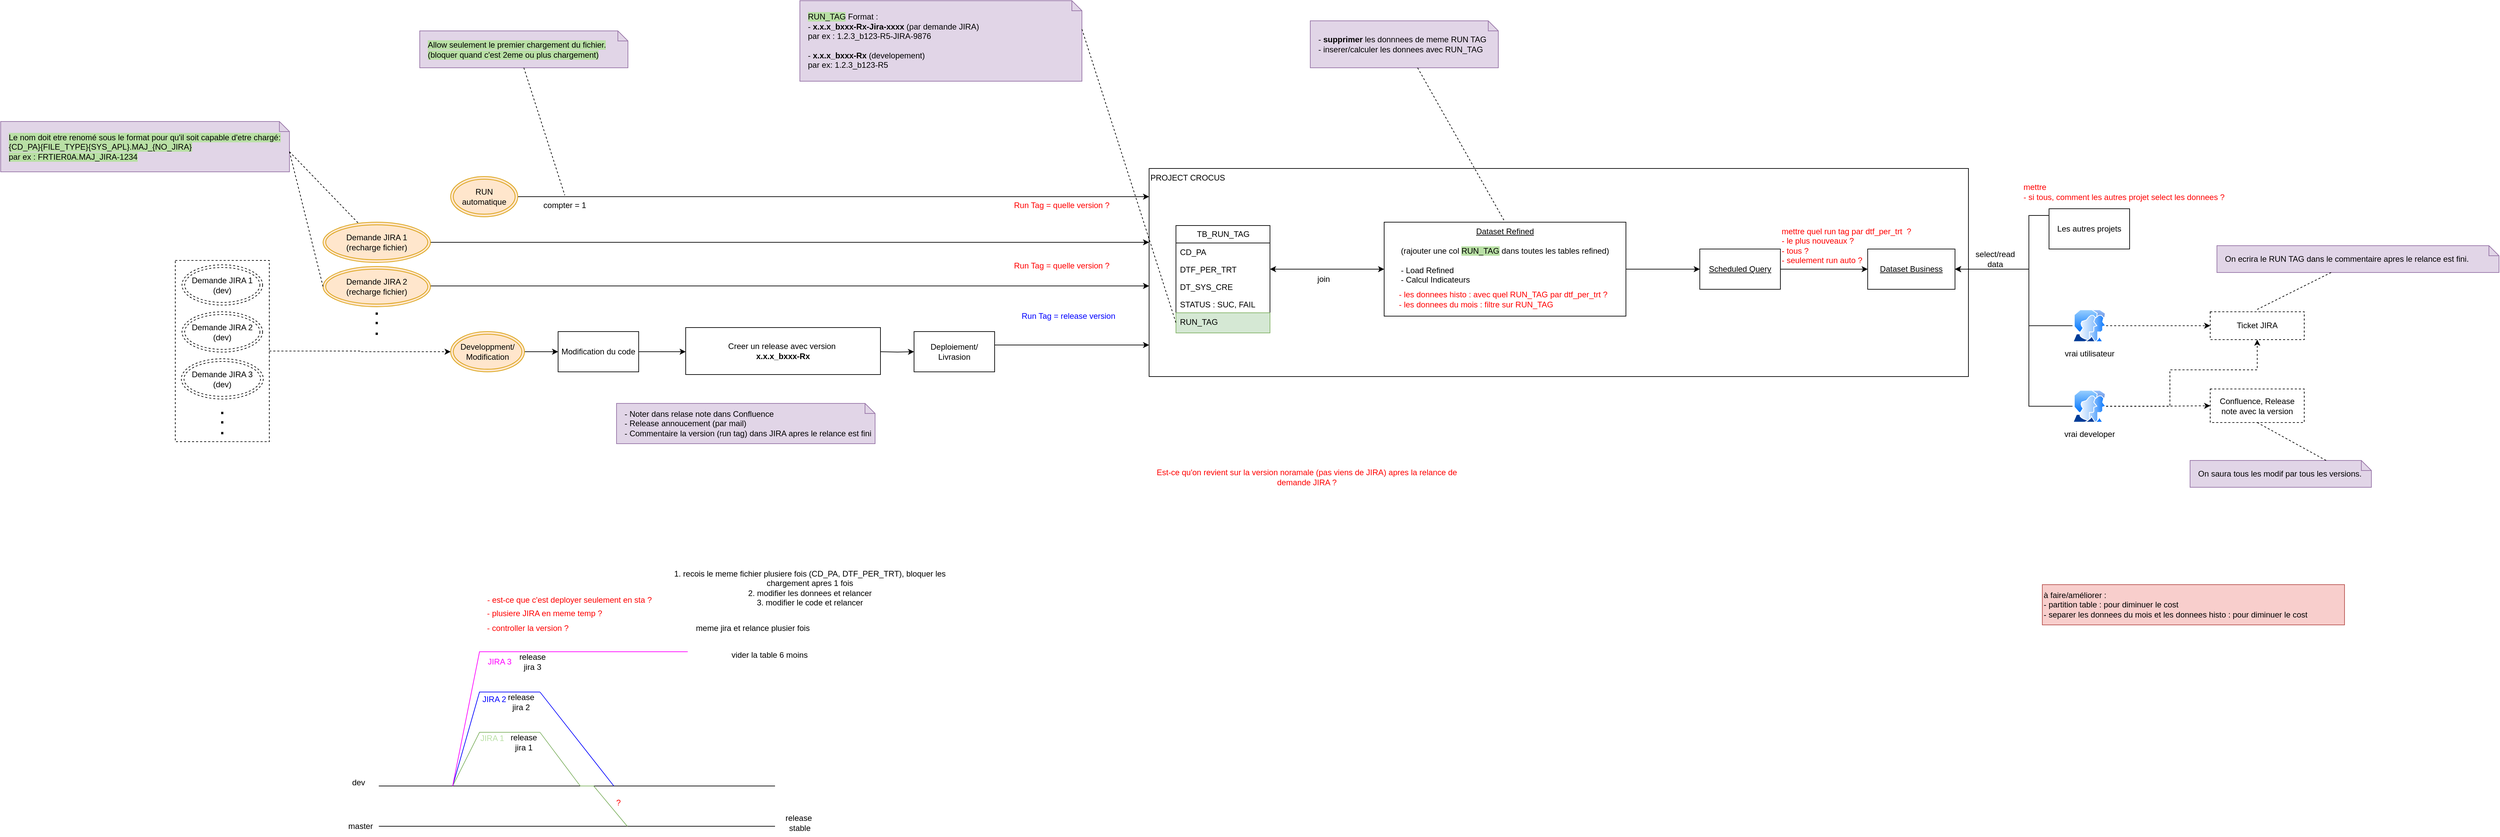
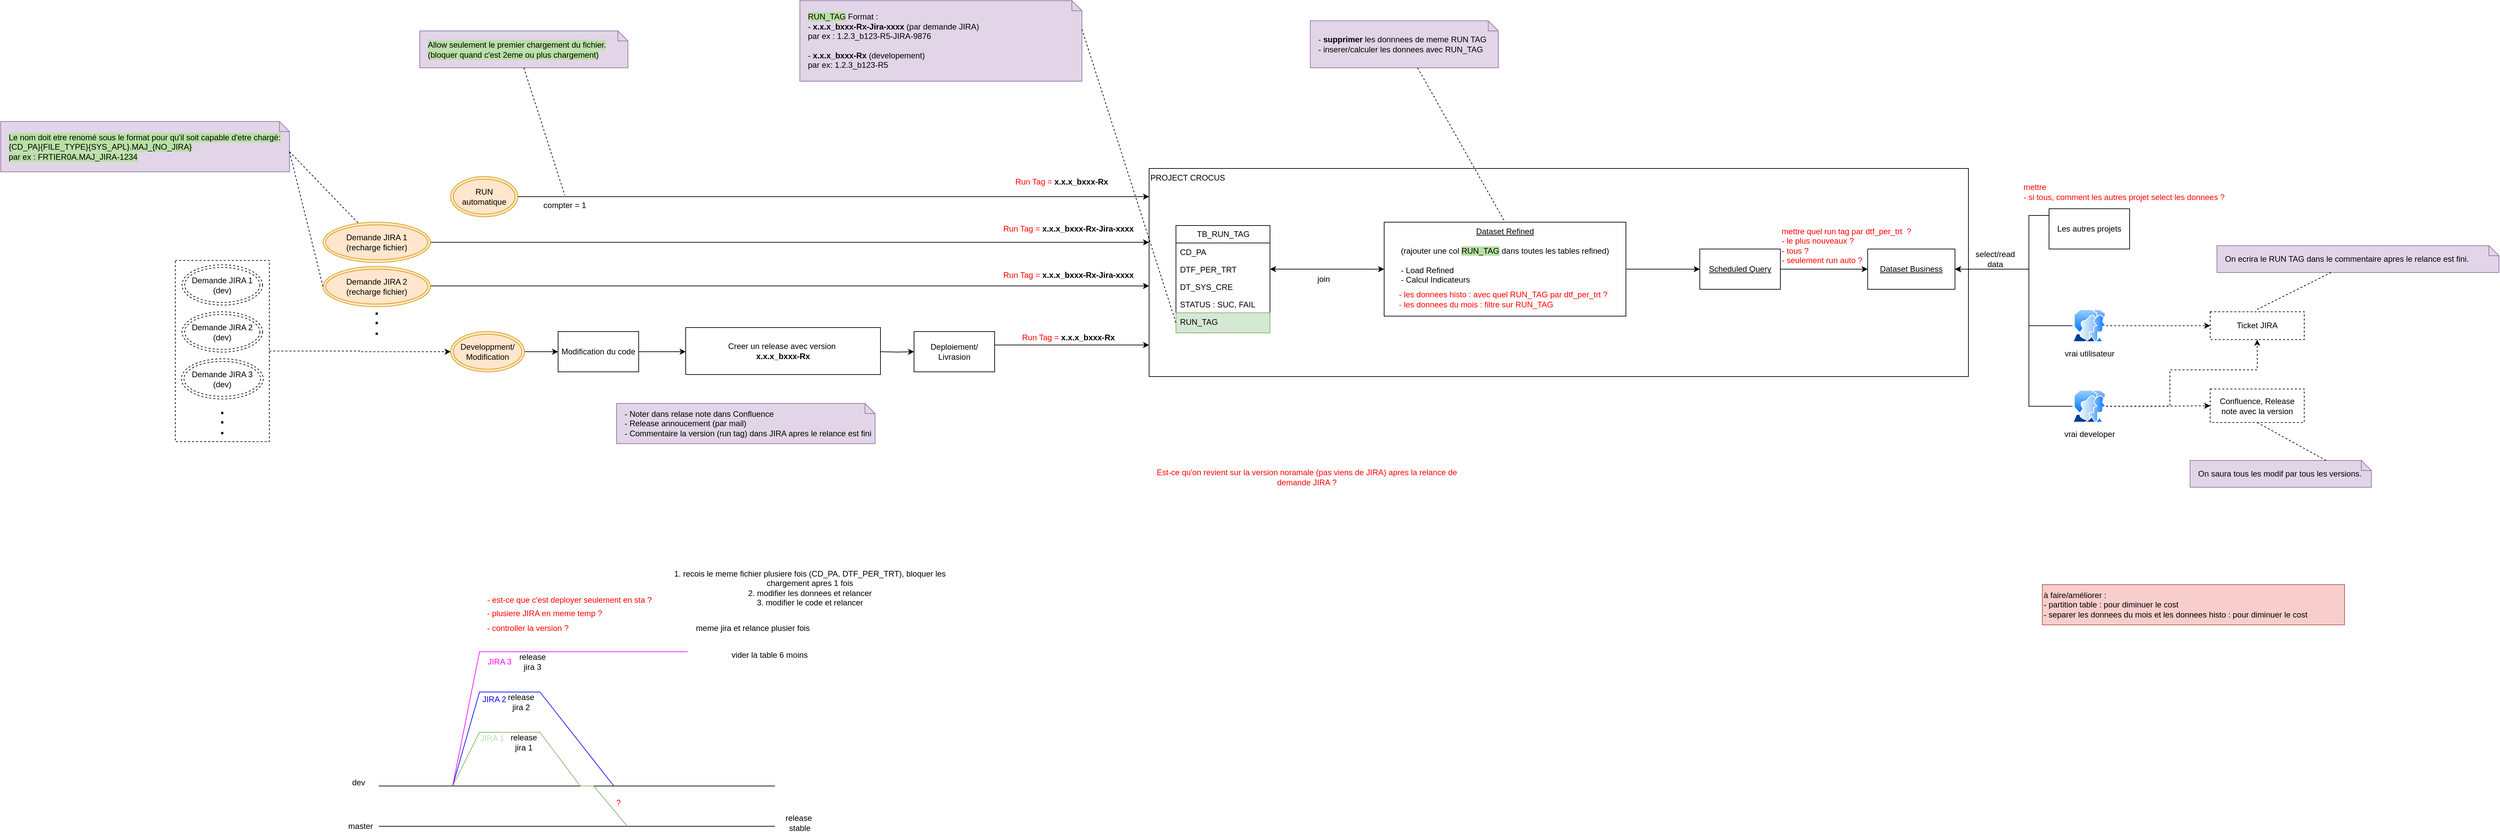
<mxfile host="app.diagrams.net">
  <diagram name="Page-1" id="bEAYSmEDHXBXhFzCy1HB">
-     <mxGraphModel dx="5169" dy="3119" grid="1" gridSize="10" guides="1" tooltips="1" connect="1" arrows="1" fold="1" page="1" pageScale="1" pageWidth="827" pageHeight="1169" math="0" shadow="0">
+     <mxGraphModel dx="3589" dy="2087" grid="1" gridSize="10" guides="1" tooltips="1" connect="1" arrows="1" fold="1" page="1" pageScale="1" pageWidth="827" pageHeight="1169" math="0" shadow="0">
      <root>
        <mxCell id="0" />
        <mxCell id="1" parent="0" />
        <mxCell id="cKu8MT6L8Fp_BZaxLZj7-22" edge="1" parent="1" source="cKu8MT6L8Fp_BZaxLZj7-16" style="edgeStyle=orthogonalEdgeStyle;rounded=0;orthogonalLoop=1;jettySize=auto;html=1;dashed=1;" target="QUzsFoNl6aFI_2ed8XXq-33">
          <mxGeometry relative="1" as="geometry">
            <Array as="points" />
            <mxPoint x="-937.4999999999995" y="382" as="sourcePoint" />
            <mxPoint x="-602.4999999999995" y="365" as="targetPoint" />
          </mxGeometry>
        </mxCell>
        <mxCell id="cKu8MT6L8Fp_BZaxLZj7-16" parent="1" style="rounded=0;whiteSpace=wrap;html=1;dashed=1;" value="" vertex="1">
          <mxGeometry height="270" width="140" x="-1070" y="247" as="geometry" />
        </mxCell>
        <mxCell id="QUzsFoNl6aFI_2ed8XXq-13" parent="1" style="rounded=0;whiteSpace=wrap;html=1;align=left;verticalAlign=top;" value="PROJECT CROCUS" vertex="1">
          <mxGeometry height="310" width="1220" x="380" y="110" as="geometry" />
        </mxCell>
        <mxCell id="QUzsFoNl6aFI_2ed8XXq-1" parent="1" style="swimlane;fontStyle=0;childLayout=stackLayout;horizontal=1;startSize=26;fillColor=none;horizontalStack=0;resizeParent=1;resizeParentMax=0;resizeLast=0;collapsible=1;marginBottom=0;html=1;" value="TB_RUN_TAG" vertex="1">
          <mxGeometry height="160" width="140" x="420" y="195" as="geometry" />
        </mxCell>
        <mxCell id="QUzsFoNl6aFI_2ed8XXq-2" parent="QUzsFoNl6aFI_2ed8XXq-1" style="text;strokeColor=none;fillColor=none;align=left;verticalAlign=top;spacingLeft=4;spacingRight=4;overflow=hidden;rotatable=0;points=[[0,0.5],[1,0.5]];portConstraint=eastwest;whiteSpace=wrap;html=1;" value="CD_PA" vertex="1">
          <mxGeometry height="26" width="140" y="26" as="geometry" />
        </mxCell>
        <mxCell id="QUzsFoNl6aFI_2ed8XXq-3" parent="QUzsFoNl6aFI_2ed8XXq-1" style="text;strokeColor=none;fillColor=none;align=left;verticalAlign=top;spacingLeft=4;spacingRight=4;overflow=hidden;rotatable=0;points=[[0,0.5],[1,0.5]];portConstraint=eastwest;whiteSpace=wrap;html=1;" value="DTF_PER_TRT" vertex="1">
          <mxGeometry height="26" width="140" y="52" as="geometry" />
        </mxCell>
        <mxCell id="QUzsFoNl6aFI_2ed8XXq-4" parent="QUzsFoNl6aFI_2ed8XXq-1" style="text;strokeColor=none;fillColor=none;align=left;verticalAlign=top;spacingLeft=4;spacingRight=4;overflow=hidden;rotatable=0;points=[[0,0.5],[1,0.5]];portConstraint=eastwest;whiteSpace=wrap;html=1;" value="DT_SYS_CRE" vertex="1">
          <mxGeometry height="26" width="140" y="78" as="geometry" />
        </mxCell>
        <mxCell id="QUzsFoNl6aFI_2ed8XXq-105" parent="QUzsFoNl6aFI_2ed8XXq-1" style="text;strokeColor=none;fillColor=none;align=left;verticalAlign=top;spacingLeft=4;spacingRight=4;overflow=hidden;rotatable=0;points=[[0,0.5],[1,0.5]];portConstraint=eastwest;whiteSpace=wrap;html=1;" value="STATUS : SUC, FAIL" vertex="1">
          <mxGeometry height="26" width="140" y="104" as="geometry" />
        </mxCell>
        <mxCell id="QUzsFoNl6aFI_2ed8XXq-5" parent="QUzsFoNl6aFI_2ed8XXq-1" style="text;strokeColor=#82b366;fillColor=#d5e8d4;align=left;verticalAlign=top;spacingLeft=4;spacingRight=4;overflow=hidden;rotatable=0;points=[[0,0.5],[1,0.5]];portConstraint=eastwest;whiteSpace=wrap;html=1;" value="RUN_TAG" vertex="1">
          <mxGeometry height="30" width="140" y="130" as="geometry" />
        </mxCell>
        <mxCell id="QUzsFoNl6aFI_2ed8XXq-7" parent="1" style="shape=note;size=15;align=left;spacingLeft=10;html=1;whiteSpace=wrap;fillColor=#e1d5e7;strokeColor=#9673a6;" value="&lt;span style=&quot;background-color: rgb(185, 224, 165);&quot;&gt;RUN_TAG&lt;/span&gt; Format :&amp;nbsp;&lt;div&gt;- &lt;b&gt;x.x.x_bxxx-Rx-Jira-xxxx&lt;/b&gt; (par demande JIRA)&amp;nbsp;&lt;/div&gt;&lt;div&gt;par ex : 1.2.3_b123-R5-JIRA-9876&lt;/div&gt;&lt;div&gt;&lt;br&gt;&lt;/div&gt;&lt;div&gt;-&lt;b&gt; x.x.x_bxxx-Rx&lt;/b&gt; (developement)&lt;/div&gt;&lt;div&gt;&lt;span style=&quot;background-color: transparent; color: light-dark(rgb(0, 0, 0), rgb(255, 255, 255));&quot;&gt;par ex: 1.2.3_b123-R5&lt;/span&gt;&lt;/div&gt;" vertex="1">
          <mxGeometry height="120" width="420" x="-140" y="-140" as="geometry" />
        </mxCell>
        <mxCell id="QUzsFoNl6aFI_2ed8XXq-8" edge="1" parent="1" source="QUzsFoNl6aFI_2ed8XXq-7" style="edgeStyle=none;endArrow=none;exitX=0;exitY=0;dashed=1;html=1;rounded=0;entryX=0;entryY=0.5;entryDx=0;entryDy=0;exitDx=420;exitDy=42.5;exitPerimeter=0;" target="QUzsFoNl6aFI_2ed8XXq-5" value="">
          <mxGeometry relative="1" x="1" as="geometry">
            <mxPoint x="590" y="660" as="targetPoint" />
          </mxGeometry>
        </mxCell>
        <mxCell id="QUzsFoNl6aFI_2ed8XXq-10" parent="1" style="rounded=0;whiteSpace=wrap;html=1;dashed=1;" value="Confluence, Release note avec la v&lt;span style=&quot;background-color: transparent; color: light-dark(rgb(0, 0, 0), rgb(255, 255, 255));&quot;&gt;ersion&lt;/span&gt;" vertex="1">
          <mxGeometry height="50" width="140" x="1960" y="438.5" as="geometry" />
        </mxCell>
        <mxCell id="QUzsFoNl6aFI_2ed8XXq-11" parent="1" style="rounded=0;whiteSpace=wrap;html=1;dashed=1;" value="Ticket JIRA" vertex="1">
          <mxGeometry height="41.5" width="140" x="1960" y="323.5" as="geometry" />
        </mxCell>
        <mxCell id="QUzsFoNl6aFI_2ed8XXq-42" edge="1" parent="1" source="QUzsFoNl6aFI_2ed8XXq-12" style="edgeStyle=orthogonalEdgeStyle;rounded=0;orthogonalLoop=1;jettySize=auto;html=1;entryX=1;entryY=0.5;entryDx=0;entryDy=0;startArrow=classic;startFill=1;" target="QUzsFoNl6aFI_2ed8XXq-3">
          <mxGeometry relative="1" as="geometry" />
        </mxCell>
        <mxCell id="QUzsFoNl6aFI_2ed8XXq-50" edge="1" parent="1" source="QUzsFoNl6aFI_2ed8XXq-12" style="edgeStyle=orthogonalEdgeStyle;rounded=0;orthogonalLoop=1;jettySize=auto;html=1;" target="QUzsFoNl6aFI_2ed8XXq-46">
          <mxGeometry relative="1" as="geometry">
            <Array as="points" />
          </mxGeometry>
        </mxCell>
        <mxCell id="QUzsFoNl6aFI_2ed8XXq-12" parent="1" style="rounded=0;whiteSpace=wrap;html=1;verticalAlign=top;" value="&lt;u&gt;Dataset Refined&lt;/u&gt;&lt;div&gt;&lt;u&gt;&lt;br&gt;&lt;/u&gt;&lt;div&gt;(rajouter une col &lt;span style=&quot;background-color: rgb(185, 224, 165);&quot;&gt;RUN_TAG&lt;/span&gt;&lt;span&gt; &lt;/span&gt;dans toutes les tables refined)&lt;/div&gt;&lt;div&gt;&lt;br&gt;&lt;/div&gt;&lt;div style=&quot;text-align: left;&quot;&gt;- Load Refined&amp;nbsp; &amp;nbsp; &amp;nbsp; &amp;nbsp;&lt;/div&gt;&lt;div style=&quot;text-align: left;&quot;&gt;- Calcul Indicateurs&lt;/div&gt;&lt;/div&gt;" vertex="1">
          <mxGeometry height="140" width="360" x="730" y="190" as="geometry" />
        </mxCell>
        <mxCell id="QUzsFoNl6aFI_2ed8XXq-27" edge="1" parent="1" source="QUzsFoNl6aFI_2ed8XXq-33" style="edgeStyle=orthogonalEdgeStyle;rounded=0;orthogonalLoop=1;jettySize=auto;html=1;entryX=0;entryY=0.5;entryDx=0;entryDy=0;" target="QUzsFoNl6aFI_2ed8XXq-23">
          <mxGeometry relative="1" as="geometry">
            <mxPoint x="-740" y="198" as="sourcePoint" />
          </mxGeometry>
        </mxCell>
-         <mxCell id="QUzsFoNl6aFI_2ed8XXq-19" parent="1" style="text;html=1;whiteSpace=wrap;strokeColor=none;fillColor=none;align=center;verticalAlign=middle;rounded=0;fontColor=#0000FF;" value="&lt;font style=&quot;color: rgb(255, 0, 0);&quot;&gt;Run Tag = quelle version ?&lt;/font&gt;" vertex="1">
-           <mxGeometry height="30" width="200" x="150" y="240" as="geometry" />
+         <mxCell id="QUzsFoNl6aFI_2ed8XXq-19" parent="1" style="text;html=1;whiteSpace=wrap;strokeColor=none;fillColor=none;align=center;verticalAlign=middle;rounded=0;fontColor=#0000FF;" value="&lt;font style=&quot;color: rgb(255, 0, 0);&quot;&gt;Run Tag =&amp;nbsp;&lt;/font&gt;&lt;b style=&quot;color: rgb(0, 0, 0); text-align: left;&quot;&gt;x.x.x_bxxx-Rx-Jira-xxxx&lt;/b&gt;" vertex="1">
+           <mxGeometry height="30" width="200" x="160" y="253.5" as="geometry" />
        </mxCell>
        <mxCell id="QUzsFoNl6aFI_2ed8XXq-28" edge="1" parent="1" source="QUzsFoNl6aFI_2ed8XXq-23" style="edgeStyle=orthogonalEdgeStyle;rounded=0;orthogonalLoop=1;jettySize=auto;html=1;">
          <mxGeometry relative="1" as="geometry">
            <mxPoint x="-310" y="383" as="targetPoint" />
          </mxGeometry>
        </mxCell>
        <mxCell id="QUzsFoNl6aFI_2ed8XXq-23" parent="1" style="rounded=0;whiteSpace=wrap;html=1;" value="Modification du code" vertex="1">
          <mxGeometry height="60" width="120" x="-500" y="353" as="geometry" />
        </mxCell>
        <mxCell id="QUzsFoNl6aFI_2ed8XXq-31" edge="1" parent="1" source="QUzsFoNl6aFI_2ed8XXq-24" style="edgeStyle=orthogonalEdgeStyle;rounded=0;orthogonalLoop=1;jettySize=auto;html=1;">
          <mxGeometry relative="1" as="geometry">
            <Array as="points">
              <mxPoint x="230" y="373" />
              <mxPoint x="230" y="373" />
            </Array>
            <mxPoint x="380" y="373" as="targetPoint" />
          </mxGeometry>
        </mxCell>
        <mxCell id="QUzsFoNl6aFI_2ed8XXq-24" parent="1" style="rounded=0;whiteSpace=wrap;html=1;" value="Deploiement/ Livrasion" vertex="1">
          <mxGeometry height="60" width="120" x="30" y="353" as="geometry" />
        </mxCell>
        <mxCell id="QUzsFoNl6aFI_2ed8XXq-30" edge="1" parent="1" style="edgeStyle=orthogonalEdgeStyle;rounded=0;orthogonalLoop=1;jettySize=auto;html=1;entryX=0;entryY=0.5;entryDx=0;entryDy=0;" target="QUzsFoNl6aFI_2ed8XXq-24">
          <mxGeometry relative="1" as="geometry">
            <mxPoint x="-20" y="383" as="sourcePoint" />
          </mxGeometry>
        </mxCell>
        <mxCell id="QUzsFoNl6aFI_2ed8XXq-25" parent="1" style="rounded=0;whiteSpace=wrap;html=1;" value="Creer un release avec version&amp;nbsp;&lt;div&gt;&lt;span style=&quot;text-align: left;&quot;&gt;&lt;b&gt;x.x.x_bxxx-Rx&lt;/b&gt;&lt;/span&gt;&lt;/div&gt;" vertex="1">
          <mxGeometry height="70" width="290" x="-310" y="347" as="geometry" />
        </mxCell>
        <mxCell id="QUzsFoNl6aFI_2ed8XXq-33" parent="1" style="ellipse;shape=doubleEllipse;whiteSpace=wrap;html=1;fillColor=#ffe6cc;strokeColor=#d79b00;" value="Developpment/&lt;div&gt;Modification&lt;/div&gt;" vertex="1">
          <mxGeometry height="60" width="110" x="-660" y="353" as="geometry" />
        </mxCell>
        <mxCell id="cKu8MT6L8Fp_BZaxLZj7-5" edge="1" parent="1" style="edgeStyle=orthogonalEdgeStyle;rounded=0;orthogonalLoop=1;jettySize=auto;html=1;">
          <mxGeometry relative="1" as="geometry">
            <Array as="points">
              <mxPoint x="-470" y="285" />
              <mxPoint x="-470" y="285" />
            </Array>
            <mxPoint x="-690.0000000000005" y="285" as="sourcePoint" />
            <mxPoint x="380" y="285" as="targetPoint" />
          </mxGeometry>
        </mxCell>
        <mxCell id="QUzsFoNl6aFI_2ed8XXq-34" parent="1" style="ellipse;shape=doubleEllipse;whiteSpace=wrap;html=1;fillColor=#ffe6cc;strokeColor=#d79b00;" value="Demande JIRA 2&lt;div&gt;(recharge fichier)&lt;/div&gt;" vertex="1">
          <mxGeometry height="60" width="160" x="-850" y="256" as="geometry" />
        </mxCell>
        <mxCell id="QUzsFoNl6aFI_2ed8XXq-36" edge="1" parent="1" source="QUzsFoNl6aFI_2ed8XXq-35" style="edgeStyle=orthogonalEdgeStyle;rounded=0;orthogonalLoop=1;jettySize=auto;html=1;">
          <mxGeometry relative="1" as="geometry">
            <Array as="points">
              <mxPoint x="110" y="152" />
              <mxPoint x="110" y="152" />
            </Array>
            <mxPoint x="380" y="152.0588235294117" as="targetPoint" />
          </mxGeometry>
        </mxCell>
        <mxCell id="QUzsFoNl6aFI_2ed8XXq-35" parent="1" style="ellipse;shape=doubleEllipse;whiteSpace=wrap;html=1;fillColor=#ffe6cc;strokeColor=#d79b00;" value="RUN automatique" vertex="1">
          <mxGeometry height="60" width="100" x="-660" y="122" as="geometry" />
-         </mxCell>
-         <mxCell id="QUzsFoNl6aFI_2ed8XXq-37" parent="1" style="text;html=1;whiteSpace=wrap;strokeColor=none;fillColor=none;align=center;verticalAlign=middle;rounded=0;fontColor=#0000FF;" value="Run Tag = release version" vertex="1">
-           <mxGeometry height="30" width="200" x="160" y="315" as="geometry" />
        </mxCell>
        <mxCell id="QUzsFoNl6aFI_2ed8XXq-38" parent="1" style="shape=note;size=15;align=left;spacingLeft=10;html=1;whiteSpace=wrap;fillColor=#e1d5e7;strokeColor=#9673a6;" value="- Noter dans relase note dans Confluence&lt;div&gt;- Release annoucement (par mail)&lt;/div&gt;&lt;div&gt;- Commentaire la version (run tag) dans JIRA apres le relance est fini&lt;/div&gt;" vertex="1">
          <mxGeometry height="60" width="385" x="-413" y="460" as="geometry" />
        </mxCell>
        <mxCell id="QUzsFoNl6aFI_2ed8XXq-40" parent="1" style="shape=note;size=15;align=left;spacingLeft=10;html=1;whiteSpace=wrap;fillColor=#e1d5e7;strokeColor=#9673a6;" value="- &lt;b&gt;supprimer &lt;/b&gt;les donnnees de meme RUN TAG&lt;div&gt;- inserer/calculer les donnees avec RUN_TAG&lt;/div&gt;" vertex="1">
          <mxGeometry height="70" width="280" x="620" y="-110" as="geometry" />
        </mxCell>
        <mxCell id="QUzsFoNl6aFI_2ed8XXq-41" edge="1" parent="1" source="QUzsFoNl6aFI_2ed8XXq-40" style="edgeStyle=none;endArrow=none;dashed=1;html=1;rounded=0;entryX=0.5;entryY=0;entryDx=0;entryDy=0;" target="QUzsFoNl6aFI_2ed8XXq-12" value="">
          <mxGeometry relative="1" x="1" as="geometry">
            <mxPoint x="720" y="650" as="sourcePoint" />
            <mxPoint x="772" y="500" as="targetPoint" />
          </mxGeometry>
        </mxCell>
        <mxCell id="QUzsFoNl6aFI_2ed8XXq-43" parent="1" style="text;html=1;whiteSpace=wrap;strokeColor=none;fillColor=none;align=left;verticalAlign=middle;rounded=0;" value="&lt;font style=&quot;color: rgb(255, 0, 0);&quot;&gt;- les donnees histo : avec quel RUN_TAG par dtf_per_trt ?&lt;/font&gt;&lt;div&gt;&lt;font style=&quot;color: rgb(255, 0, 0);&quot;&gt;- les donnees du mois : f&lt;/font&gt;&lt;span style=&quot;color: light-dark(rgb(255, 0, 0), rgb(255, 144, 144)); background-color: transparent;&quot;&gt;iltre sur RUN_TAG&lt;/span&gt;&lt;/div&gt;" vertex="1">
          <mxGeometry height="30" width="330" x="750" y="290" as="geometry" />
        </mxCell>
        <mxCell id="QUzsFoNl6aFI_2ed8XXq-45" parent="1" style="rounded=0;whiteSpace=wrap;html=1;" value="&lt;u&gt;Dataset Business&lt;/u&gt;" vertex="1">
          <mxGeometry height="60" width="130" x="1450" y="230" as="geometry" />
        </mxCell>
        <mxCell id="QUzsFoNl6aFI_2ed8XXq-48" edge="1" parent="1" source="QUzsFoNl6aFI_2ed8XXq-46" style="edgeStyle=orthogonalEdgeStyle;rounded=0;orthogonalLoop=1;jettySize=auto;html=1;" target="QUzsFoNl6aFI_2ed8XXq-45">
          <mxGeometry relative="1" as="geometry" />
        </mxCell>
        <mxCell id="QUzsFoNl6aFI_2ed8XXq-46" parent="1" style="rounded=0;whiteSpace=wrap;html=1;" value="&lt;u&gt;Scheduled Query&lt;/u&gt;" vertex="1">
          <mxGeometry height="60" width="120" x="1200" y="230" as="geometry" />
        </mxCell>
        <mxCell id="QUzsFoNl6aFI_2ed8XXq-51" parent="1" style="text;html=1;whiteSpace=wrap;strokeColor=none;fillColor=none;align=left;verticalAlign=middle;rounded=0;fontColor=#FF0000;" value="mettre quel run tag par dtf_per_trt&amp;nbsp;&amp;nbsp;?&amp;nbsp;&lt;div&gt;- le plus nouveaux ?&lt;/div&gt;&lt;div&gt;- tous ?&lt;/div&gt;&lt;div&gt;- seulement run auto ?&lt;/div&gt;" vertex="1">
          <mxGeometry height="30" width="370" x="1320" y="210" as="geometry" />
        </mxCell>
        <mxCell id="QUzsFoNl6aFI_2ed8XXq-59" edge="1" parent="1" source="QUzsFoNl6aFI_2ed8XXq-52" style="edgeStyle=orthogonalEdgeStyle;rounded=0;orthogonalLoop=1;jettySize=auto;html=1;entryX=1;entryY=0.5;entryDx=0;entryDy=0;" target="QUzsFoNl6aFI_2ed8XXq-45">
          <mxGeometry relative="1" as="geometry">
            <Array as="points">
              <mxPoint x="1690" y="180" />
              <mxPoint x="1690" y="260" />
            </Array>
          </mxGeometry>
        </mxCell>
        <mxCell id="QUzsFoNl6aFI_2ed8XXq-52" parent="1" style="rounded=0;whiteSpace=wrap;html=1;" value="Les autres projets" vertex="1">
          <mxGeometry height="60" width="120" x="1720" y="170" as="geometry" />
        </mxCell>
        <mxCell id="QUzsFoNl6aFI_2ed8XXq-58" edge="1" parent="1" source="QUzsFoNl6aFI_2ed8XXq-57" style="edgeStyle=orthogonalEdgeStyle;rounded=0;orthogonalLoop=1;jettySize=auto;html=1;entryX=1;entryY=0.5;entryDx=0;entryDy=0;" target="QUzsFoNl6aFI_2ed8XXq-45">
          <mxGeometry relative="1" as="geometry">
            <Array as="points">
              <mxPoint x="1690" y="344" />
              <mxPoint x="1690" y="260" />
            </Array>
          </mxGeometry>
        </mxCell>
        <mxCell id="QUzsFoNl6aFI_2ed8XXq-65" edge="1" parent="1" source="QUzsFoNl6aFI_2ed8XXq-57" style="edgeStyle=orthogonalEdgeStyle;rounded=0;orthogonalLoop=1;jettySize=auto;html=1;dashed=1;" target="QUzsFoNl6aFI_2ed8XXq-11">
          <mxGeometry relative="1" as="geometry" />
        </mxCell>
        <mxCell id="QUzsFoNl6aFI_2ed8XXq-57" parent="1" style="image;aspect=fixed;perimeter=ellipsePerimeter;html=1;align=center;shadow=0;dashed=0;spacingTop=3;image=img/lib/active_directory/user_accounts.svg;" value="vrai utilisateur" vertex="1">
          <mxGeometry height="48.5" width="50" x="1755" y="320" as="geometry" />
        </mxCell>
        <mxCell id="QUzsFoNl6aFI_2ed8XXq-60" parent="1" style="text;html=1;whiteSpace=wrap;strokeColor=none;fillColor=none;align=center;verticalAlign=middle;rounded=0;" value="select/read data" vertex="1">
          <mxGeometry height="30" width="60" x="1610" y="230" as="geometry" />
        </mxCell>
        <mxCell id="QUzsFoNl6aFI_2ed8XXq-63" edge="1" parent="1" source="QUzsFoNl6aFI_2ed8XXq-62" style="edgeStyle=orthogonalEdgeStyle;rounded=0;orthogonalLoop=1;jettySize=auto;html=1;entryX=1;entryY=0.5;entryDx=0;entryDy=0;" target="QUzsFoNl6aFI_2ed8XXq-45">
          <mxGeometry relative="1" as="geometry">
            <Array as="points">
              <mxPoint x="1690" y="464" />
              <mxPoint x="1690" y="260" />
            </Array>
          </mxGeometry>
        </mxCell>
        <mxCell id="QUzsFoNl6aFI_2ed8XXq-66" edge="1" parent="1" source="QUzsFoNl6aFI_2ed8XXq-62" style="edgeStyle=orthogonalEdgeStyle;rounded=0;orthogonalLoop=1;jettySize=auto;html=1;dashed=1;" target="QUzsFoNl6aFI_2ed8XXq-10">
          <mxGeometry relative="1" as="geometry" />
        </mxCell>
        <mxCell id="QUzsFoNl6aFI_2ed8XXq-68" edge="1" parent="1" source="QUzsFoNl6aFI_2ed8XXq-62" style="edgeStyle=orthogonalEdgeStyle;rounded=0;orthogonalLoop=1;jettySize=auto;html=1;entryX=0.5;entryY=1;entryDx=0;entryDy=0;dashed=1;" target="QUzsFoNl6aFI_2ed8XXq-11">
          <mxGeometry relative="1" as="geometry">
            <Array as="points">
              <mxPoint x="1900" y="464" />
              <mxPoint x="1900" y="410" />
              <mxPoint x="2030" y="410" />
            </Array>
          </mxGeometry>
        </mxCell>
        <mxCell id="QUzsFoNl6aFI_2ed8XXq-62" parent="1" style="image;aspect=fixed;perimeter=ellipsePerimeter;html=1;align=center;shadow=0;dashed=0;spacingTop=3;image=img/lib/active_directory/user_accounts.svg;" value="vrai developer" vertex="1">
          <mxGeometry height="48.5" width="50" x="1755" y="440" as="geometry" />
        </mxCell>
        <mxCell id="QUzsFoNl6aFI_2ed8XXq-69" parent="1" style="shape=note;size=15;align=left;spacingLeft=10;html=1;whiteSpace=wrap;fillColor=#e1d5e7;strokeColor=#9673a6;" value="On ecrira le RUN TAG dans le commentaire apres le relance est fini." vertex="1">
          <mxGeometry height="40" width="420" x="1970" y="225" as="geometry" />
        </mxCell>
        <mxCell id="QUzsFoNl6aFI_2ed8XXq-70" edge="1" parent="1" source="QUzsFoNl6aFI_2ed8XXq-69" style="edgeStyle=none;endArrow=none;dashed=1;html=1;rounded=0;" value="">
          <mxGeometry relative="1" x="1" as="geometry">
            <mxPoint x="970" y="210" as="sourcePoint" />
            <mxPoint x="2030" y="320" as="targetPoint" />
          </mxGeometry>
        </mxCell>
        <mxCell id="QUzsFoNl6aFI_2ed8XXq-71" parent="1" style="shape=note;size=15;align=left;spacingLeft=10;html=1;whiteSpace=wrap;fillColor=#e1d5e7;strokeColor=#9673a6;" value="On saura tous les modif par tous les versions." vertex="1">
          <mxGeometry height="40" width="270" x="1930" y="545" as="geometry" />
        </mxCell>
        <mxCell id="QUzsFoNl6aFI_2ed8XXq-72" edge="1" parent="1" source="QUzsFoNl6aFI_2ed8XXq-71" style="edgeStyle=none;endArrow=none;dashed=1;html=1;rounded=0;entryX=0.5;entryY=1;entryDx=0;entryDy=0;exitX=0;exitY=0;exitDx=202.5;exitDy=0;exitPerimeter=0;" target="QUzsFoNl6aFI_2ed8XXq-10" value="">
          <mxGeometry relative="1" x="1" as="geometry">
            <mxPoint x="2180" y="470" as="sourcePoint" />
            <mxPoint x="2070" y="525" as="targetPoint" />
          </mxGeometry>
        </mxCell>
        <mxCell id="QUzsFoNl6aFI_2ed8XXq-73" parent="1" style="text;html=1;whiteSpace=wrap;strokeColor=none;fillColor=none;align=left;verticalAlign=middle;rounded=0;fontColor=#FF0000;" value="mettre&amp;nbsp;&lt;div&gt;&lt;span style=&quot;background-color: transparent; color: light-dark(rgb(255, 0, 0), rgb(255, 144, 144));&quot;&gt;- si tous, comment les autres projet select les donnees ?&lt;/span&gt;&lt;/div&gt;" vertex="1">
          <mxGeometry height="30" width="370" x="1680" y="130" as="geometry" />
        </mxCell>
        <mxCell id="QUzsFoNl6aFI_2ed8XXq-74" parent="1" style="rounded=0;whiteSpace=wrap;html=1;align=left;fillColor=#f8cecc;strokeColor=#b85450;" value="à faire/améliorer :&lt;div&gt;- partition table : pour diminuer le cost&lt;/div&gt;&lt;div&gt;- separer les donnees du mois et les donnees histo&amp;nbsp;&lt;span style=&quot;background-color: transparent; color: light-dark(rgb(0, 0, 0), rgb(255, 255, 255));&quot;&gt;: pour diminuer le cost&lt;/span&gt;&lt;/div&gt;" vertex="1">
          <mxGeometry height="60" width="450" x="1710" y="730" as="geometry" />
        </mxCell>
        <mxCell id="QUzsFoNl6aFI_2ed8XXq-76" parent="1" style="text;html=1;whiteSpace=wrap;strokeColor=none;fillColor=none;align=center;verticalAlign=middle;rounded=0;" value="join" vertex="1">
          <mxGeometry height="30" width="60" x="610" y="260" as="geometry" />
        </mxCell>
        <mxCell id="QUzsFoNl6aFI_2ed8XXq-77" parent="1" style="text;html=1;whiteSpace=wrap;strokeColor=none;fillColor=none;align=center;verticalAlign=middle;rounded=0;fontColor=#FF0000;" value="Est-ce qu&#39;on revient sur la version noramale (pas viens de JIRA) apres la relance de demande JIRA ?" vertex="1">
          <mxGeometry height="30" width="470" x="380" y="555" as="geometry" />
        </mxCell>
        <mxCell id="QUzsFoNl6aFI_2ed8XXq-78" parent="1" style="text;html=1;whiteSpace=wrap;strokeColor=none;fillColor=none;align=center;verticalAlign=middle;rounded=0;fontColor=#FF0000;" value="- est-ce que c&#39;est deployer seulement en sta ?" vertex="1">
          <mxGeometry height="30" width="290" x="-628" y="738" as="geometry" />
        </mxCell>
        <mxCell id="QUzsFoNl6aFI_2ed8XXq-79" parent="1" style="text;html=1;whiteSpace=wrap;strokeColor=none;fillColor=none;align=center;verticalAlign=middle;rounded=0;fontColor=#FF0000;" value="- plusiere JIRA en meme temp ?" vertex="1">
          <mxGeometry height="30" width="290" x="-665" y="758" as="geometry" />
        </mxCell>
        <mxCell id="QUzsFoNl6aFI_2ed8XXq-80" parent="1" style="text;html=1;whiteSpace=wrap;strokeColor=none;fillColor=none;align=center;verticalAlign=middle;rounded=0;fontColor=#FF0000;" value="- controller la version ?" vertex="1">
          <mxGeometry height="30" width="290" x="-690" y="780" as="geometry" />
        </mxCell>
        <mxCell id="QUzsFoNl6aFI_2ed8XXq-81" edge="1" parent="1" style="endArrow=none;html=1;rounded=0;" value="">
          <mxGeometry height="50" relative="1" width="50" as="geometry">
            <mxPoint x="-767" y="1030" as="sourcePoint" />
            <mxPoint x="-177" y="1030" as="targetPoint" />
          </mxGeometry>
        </mxCell>
        <mxCell id="QUzsFoNl6aFI_2ed8XXq-83" edge="1" parent="1" style="endArrow=none;html=1;rounded=0;fillColor=#d5e8d4;strokeColor=#82b366;" value="">
          <mxGeometry height="50" relative="1" width="50" as="geometry">
            <Array as="points">
              <mxPoint x="-617" y="950" />
            </Array>
            <mxPoint x="-657" y="1030" as="sourcePoint" />
            <mxPoint x="-527" y="950" as="targetPoint" />
          </mxGeometry>
        </mxCell>
        <mxCell id="QUzsFoNl6aFI_2ed8XXq-84" parent="1" style="text;html=1;whiteSpace=wrap;strokeColor=none;fillColor=none;align=center;verticalAlign=middle;rounded=0;" value="dev" vertex="1">
          <mxGeometry height="30" width="60" x="-827" y="1010" as="geometry" />
        </mxCell>
        <mxCell id="QUzsFoNl6aFI_2ed8XXq-85" edge="1" parent="1" style="endArrow=none;html=1;rounded=0;strokeColor=#0000FF;" value="">
          <mxGeometry height="50" relative="1" width="50" as="geometry">
            <Array as="points">
              <mxPoint x="-617" y="890" />
            </Array>
            <mxPoint x="-657" y="1030" as="sourcePoint" />
            <mxPoint x="-527" y="890" as="targetPoint" />
          </mxGeometry>
        </mxCell>
        <mxCell id="QUzsFoNl6aFI_2ed8XXq-86" edge="1" parent="1" style="endArrow=none;html=1;rounded=0;strokeColor=#FF00FF;" value="">
          <mxGeometry height="50" relative="1" width="50" as="geometry">
            <Array as="points">
              <mxPoint x="-617" y="830" />
            </Array>
            <mxPoint x="-657" y="1030" as="sourcePoint" />
            <mxPoint x="-307" y="830" as="targetPoint" />
          </mxGeometry>
        </mxCell>
        <mxCell id="QUzsFoNl6aFI_2ed8XXq-87" parent="1" style="text;html=1;whiteSpace=wrap;strokeColor=none;fillColor=none;align=center;verticalAlign=middle;rounded=0;fontColor=#B9E0A5;" value="JIRA 1" vertex="1">
          <mxGeometry height="30" width="60" x="-628" y="944" as="geometry" />
        </mxCell>
        <mxCell id="QUzsFoNl6aFI_2ed8XXq-88" parent="1" style="text;html=1;whiteSpace=wrap;strokeColor=none;fillColor=none;align=center;verticalAlign=middle;rounded=0;fontColor=#0000FF;" value="JIRA 2" vertex="1">
          <mxGeometry height="30" width="60" x="-625" y="886" as="geometry" />
        </mxCell>
        <mxCell id="QUzsFoNl6aFI_2ed8XXq-89" parent="1" style="text;html=1;whiteSpace=wrap;strokeColor=none;fillColor=none;align=center;verticalAlign=middle;rounded=0;fontColor=#FF00FF;" value="JIRA 3" vertex="1">
          <mxGeometry height="30" width="60" x="-617" y="830" as="geometry" />
        </mxCell>
        <mxCell id="QUzsFoNl6aFI_2ed8XXq-90" edge="1" parent="1" style="endArrow=none;html=1;rounded=0;" value="">
          <mxGeometry height="50" relative="1" width="50" as="geometry">
            <mxPoint x="-767" y="1090" as="sourcePoint" />
            <mxPoint x="-177" y="1090" as="targetPoint" />
          </mxGeometry>
        </mxCell>
        <mxCell id="QUzsFoNl6aFI_2ed8XXq-91" parent="1" style="text;html=1;whiteSpace=wrap;strokeColor=none;fillColor=none;align=center;verticalAlign=middle;rounded=0;" value="master" vertex="1">
          <mxGeometry height="30" width="60" x="-824" y="1075" as="geometry" />
        </mxCell>
        <mxCell id="QUzsFoNl6aFI_2ed8XXq-92" edge="1" parent="1" style="endArrow=none;html=1;rounded=0;fillColor=#d5e8d4;strokeColor=#82b366;" value="">
          <mxGeometry height="50" relative="1" width="50" as="geometry">
            <mxPoint x="-527" y="950" as="sourcePoint" />
            <mxPoint x="-467" y="1030" as="targetPoint" />
          </mxGeometry>
        </mxCell>
        <mxCell id="QUzsFoNl6aFI_2ed8XXq-94" edge="1" parent="1" style="endArrow=none;html=1;rounded=0;strokeColor=#0000FF;" value="">
          <mxGeometry height="50" relative="1" width="50" as="geometry">
            <mxPoint x="-527" y="890" as="sourcePoint" />
            <mxPoint x="-417" y="1030" as="targetPoint" />
          </mxGeometry>
        </mxCell>
        <mxCell id="QUzsFoNl6aFI_2ed8XXq-95" edge="1" parent="1" style="endArrow=none;html=1;rounded=0;fillColor=#d5e8d4;strokeColor=#82b366;" value="">
          <mxGeometry height="50" relative="1" width="50" as="geometry">
            <mxPoint x="-447" y="1030" as="sourcePoint" />
            <mxPoint x="-397" y="1090" as="targetPoint" />
          </mxGeometry>
        </mxCell>
        <mxCell id="QUzsFoNl6aFI_2ed8XXq-96" edge="1" parent="1" style="endArrow=none;html=1;rounded=0;fillColor=#d5e8d4;strokeColor=#82b366;" value="">
          <mxGeometry height="50" relative="1" width="50" as="geometry">
            <mxPoint x="-467" y="1030" as="sourcePoint" />
            <mxPoint x="-447" y="1030" as="targetPoint" />
          </mxGeometry>
        </mxCell>
        <mxCell id="QUzsFoNl6aFI_2ed8XXq-98" parent="1" style="text;html=1;whiteSpace=wrap;strokeColor=none;fillColor=none;align=center;verticalAlign=middle;rounded=0;" value="release jira 2" vertex="1">
          <mxGeometry height="30" width="60" x="-585" y="890" as="geometry" />
        </mxCell>
        <mxCell id="QUzsFoNl6aFI_2ed8XXq-99" parent="1" style="text;html=1;whiteSpace=wrap;strokeColor=none;fillColor=none;align=center;verticalAlign=middle;rounded=0;" value="release jira 1" vertex="1">
          <mxGeometry height="30" width="60" x="-581" y="950" as="geometry" />
        </mxCell>
        <mxCell id="QUzsFoNl6aFI_2ed8XXq-100" parent="1" style="text;html=1;whiteSpace=wrap;strokeColor=none;fillColor=none;align=center;verticalAlign=middle;rounded=0;" value="release jira 3" vertex="1">
          <mxGeometry height="30" width="60" x="-568" y="830" as="geometry" />
        </mxCell>
        <mxCell id="QUzsFoNl6aFI_2ed8XXq-101" parent="1" style="text;html=1;whiteSpace=wrap;strokeColor=none;fillColor=none;align=center;verticalAlign=middle;rounded=0;" value="release&amp;nbsp; stable" vertex="1">
          <mxGeometry height="30" width="60" x="-170" y="1070" as="geometry" />
        </mxCell>
        <mxCell id="QUzsFoNl6aFI_2ed8XXq-103" parent="1" style="text;html=1;whiteSpace=wrap;strokeColor=none;fillColor=none;align=center;verticalAlign=middle;rounded=0;fontColor=#FF0000;" value="?" vertex="1">
          <mxGeometry height="30" width="60" x="-440" y="1040" as="geometry" />
        </mxCell>
        <mxCell id="QUzsFoNl6aFI_2ed8XXq-104" parent="1" style="text;html=1;whiteSpace=wrap;strokeColor=none;fillColor=none;align=center;verticalAlign=middle;rounded=0;" value="compter = 1" vertex="1">
          <mxGeometry height="30" width="100" x="-540" y="150" as="geometry" />
        </mxCell>
        <mxCell id="QUzsFoNl6aFI_2ed8XXq-106" parent="1" style="text;html=1;whiteSpace=wrap;strokeColor=none;fillColor=none;align=center;verticalAlign=middle;rounded=0;" value="1. recois le meme fichier plusiere fois (CD_PA, DTF_PER_TRT), bloquer les chargement apres 1 fois&lt;div&gt;2. modifier les donnees et relancer&lt;/div&gt;&lt;div&gt;3. modifier le code et relancer&lt;/div&gt;" vertex="1">
          <mxGeometry height="30" width="470" x="-360" y="720" as="geometry" />
        </mxCell>
        <mxCell id="QUzsFoNl6aFI_2ed8XXq-107" parent="1" style="text;html=1;whiteSpace=wrap;strokeColor=none;fillColor=none;align=center;verticalAlign=middle;rounded=0;" value="meme jira et relance plusier fois" vertex="1">
          <mxGeometry height="30" width="240" x="-330" y="780" as="geometry" />
        </mxCell>
        <mxCell id="QUzsFoNl6aFI_2ed8XXq-108" parent="1" style="text;html=1;whiteSpace=wrap;strokeColor=none;fillColor=none;align=center;verticalAlign=middle;rounded=0;" value="vider la table 6 moins" vertex="1">
          <mxGeometry height="30" width="170" x="-270" y="820" as="geometry" />
        </mxCell>
        <mxCell id="cKu8MT6L8Fp_BZaxLZj7-1" parent="1" style="shape=note;size=15;align=left;spacingLeft=10;html=1;whiteSpace=wrap;fillColor=#e1d5e7;strokeColor=#9673a6;" value="&lt;span style=&quot;background-color: rgb(185, 224, 165);&quot;&gt;Allow seulement le premier chargement du fichier.&lt;br&gt;(bloquer quand c&#39;est 2eme ou plus chargement)&lt;/span&gt;" vertex="1">
          <mxGeometry height="55" width="310" x="-706" y="-95" as="geometry" />
        </mxCell>
        <mxCell id="cKu8MT6L8Fp_BZaxLZj7-2" edge="1" parent="1" source="cKu8MT6L8Fp_BZaxLZj7-1" style="edgeStyle=none;endArrow=none;exitX=0.5;exitY=1;dashed=1;html=1;rounded=0;entryX=0.5;entryY=0;entryDx=0;entryDy=0;exitDx=0;exitDy=0;exitPerimeter=0;" target="QUzsFoNl6aFI_2ed8XXq-104" value="">
          <mxGeometry relative="1" x="1" as="geometry">
            <mxPoint x="590" y="300" as="sourcePoint" />
            <mxPoint x="680" y="507" as="targetPoint" />
          </mxGeometry>
        </mxCell>
        <mxCell id="cKu8MT6L8Fp_BZaxLZj7-3" parent="1" style="ellipse;shape=doubleEllipse;whiteSpace=wrap;html=1;dashed=1;" value="Demande JIRA 1&lt;div&gt;(dev)&lt;/div&gt;" vertex="1">
          <mxGeometry height="60" width="120" x="-1060" y="253.5" as="geometry" />
        </mxCell>
-         <mxCell id="cKu8MT6L8Fp_BZaxLZj7-7" parent="1" style="text;html=1;whiteSpace=wrap;strokeColor=none;fillColor=none;align=center;verticalAlign=middle;rounded=0;fontColor=#0000FF;" value="&lt;font style=&quot;color: rgb(255, 0, 0);&quot;&gt;Run Tag = quelle version ?&lt;/font&gt;" vertex="1">
-           <mxGeometry height="30" width="200" x="150" y="150" as="geometry" />
+         <mxCell id="cKu8MT6L8Fp_BZaxLZj7-7" parent="1" style="text;html=1;whiteSpace=wrap;strokeColor=none;fillColor=none;align=center;verticalAlign=middle;rounded=0;fontColor=#0000FF;" value="&lt;font style=&quot;color: rgb(255, 0, 0);&quot;&gt;Run Tag =&amp;nbsp;&lt;b style=&quot;color: rgb(0, 0, 0); text-align: left;&quot;&gt;x.x.x_bxxx-Rx&lt;/b&gt;&lt;/font&gt;" vertex="1">
+           <mxGeometry height="30" width="200" x="150" y="115" as="geometry" />
        </mxCell>
        <mxCell id="cKu8MT6L8Fp_BZaxLZj7-11" parent="1" style="shape=note;size=15;align=left;spacingLeft=10;html=1;whiteSpace=wrap;fillColor=#e1d5e7;strokeColor=#9673a6;" value="&lt;span style=&quot;background-color: rgb(185, 224, 165);&quot;&gt;Le nom doit etre renomé sous le format pour qu&#39;il soit capable d&#39;etre chargé:&lt;br&gt;{CD_PA}{FILE_TYPE}{SYS_APL}.MAJ_{NO_JIRA}&lt;/span&gt;&lt;div&gt;&lt;span style=&quot;background-color: rgb(185, 224, 165);&quot;&gt;par ex : FRTIER0A.MAJ_JIRA-1234&lt;/span&gt;&lt;/div&gt;" vertex="1">
          <mxGeometry height="75" width="430" x="-1330" y="40" as="geometry" />
        </mxCell>
        <mxCell id="cKu8MT6L8Fp_BZaxLZj7-14" parent="1" style="ellipse;shape=doubleEllipse;whiteSpace=wrap;html=1;dashed=1;" value="Demande JIRA 2&lt;div&gt;(dev)&lt;/div&gt;" vertex="1">
          <mxGeometry height="60" width="120" x="-1060" y="323.5" as="geometry" />
        </mxCell>
        <mxCell id="cKu8MT6L8Fp_BZaxLZj7-15" parent="1" style="ellipse;shape=doubleEllipse;whiteSpace=wrap;html=1;dashed=1;" value="Demande JIRA 3&lt;div&gt;(dev)&lt;/div&gt;" vertex="1">
          <mxGeometry height="60" width="122" x="-1061" y="393.5" as="geometry" />
        </mxCell>
        <mxCell id="cKu8MT6L8Fp_BZaxLZj7-19" parent="1" style="text;html=1;whiteSpace=wrap;strokeColor=none;fillColor=none;align=center;verticalAlign=middle;rounded=0;fontSize=23;fontStyle=1" value="." vertex="1">
          <mxGeometry height="30" width="60" x="-1030" y="453.25" as="geometry" />
        </mxCell>
        <mxCell id="cKu8MT6L8Fp_BZaxLZj7-20" parent="1" style="text;html=1;whiteSpace=wrap;strokeColor=none;fillColor=none;align=center;verticalAlign=middle;rounded=0;fontSize=23;fontStyle=1" value="." vertex="1">
          <mxGeometry height="30" width="60" x="-1030" y="467" as="geometry" />
        </mxCell>
        <mxCell id="cKu8MT6L8Fp_BZaxLZj7-21" parent="1" style="text;html=1;whiteSpace=wrap;strokeColor=none;fillColor=none;align=center;verticalAlign=middle;rounded=0;fontSize=23;fontStyle=1" value="." vertex="1">
          <mxGeometry height="30" width="60" x="-1030" y="483.25" as="geometry" />
        </mxCell>
        <mxCell id="cKu8MT6L8Fp_BZaxLZj7-24" edge="1" parent="1" source="cKu8MT6L8Fp_BZaxLZj7-23" style="edgeStyle=orthogonalEdgeStyle;rounded=0;orthogonalLoop=1;jettySize=auto;html=1;" target="QUzsFoNl6aFI_2ed8XXq-13">
          <mxGeometry relative="1" as="geometry">
            <Array as="points">
              <mxPoint x="120" y="220" />
              <mxPoint x="120" y="220" />
            </Array>
          </mxGeometry>
        </mxCell>
        <mxCell id="cKu8MT6L8Fp_BZaxLZj7-23" parent="1" style="ellipse;shape=doubleEllipse;whiteSpace=wrap;html=1;fillColor=#ffe6cc;strokeColor=#d79b00;" value="Demande JIRA 1&lt;div&gt;(recharge fichier)&lt;/div&gt;" vertex="1">
          <mxGeometry height="60" width="160" x="-850" y="190" as="geometry" />
        </mxCell>
        <mxCell id="cKu8MT6L8Fp_BZaxLZj7-25" edge="1" parent="1" source="cKu8MT6L8Fp_BZaxLZj7-11" style="edgeStyle=none;endArrow=none;exitX=0;exitY=0;dashed=1;html=1;rounded=0;exitDx=430;exitDy=45;exitPerimeter=0;" target="cKu8MT6L8Fp_BZaxLZj7-23" value="">
          <mxGeometry relative="1" x="1" as="geometry">
            <mxPoint x="-520" y="10" as="sourcePoint" />
            <mxPoint x="-490" y="150" as="targetPoint" />
          </mxGeometry>
        </mxCell>
        <mxCell id="cKu8MT6L8Fp_BZaxLZj7-26" edge="1" parent="1" source="cKu8MT6L8Fp_BZaxLZj7-11" style="edgeStyle=none;endArrow=none;exitX=0;exitY=0;dashed=1;html=1;rounded=0;exitDx=430;exitDy=45;exitPerimeter=0;entryX=0;entryY=0.5;entryDx=0;entryDy=0;" target="QUzsFoNl6aFI_2ed8XXq-34" value="">
          <mxGeometry relative="1" x="1" as="geometry">
            <mxPoint x="-900" y="200" as="sourcePoint" />
            <mxPoint x="-801" y="244" as="targetPoint" />
          </mxGeometry>
        </mxCell>
        <mxCell id="cKu8MT6L8Fp_BZaxLZj7-27" parent="1" style="text;html=1;whiteSpace=wrap;strokeColor=none;fillColor=none;align=center;verticalAlign=middle;rounded=0;fontSize=23;fontStyle=1" value="." vertex="1">
          <mxGeometry height="30" width="60" x="-800" y="305" as="geometry" />
        </mxCell>
        <mxCell id="cKu8MT6L8Fp_BZaxLZj7-28" parent="1" style="text;html=1;whiteSpace=wrap;strokeColor=none;fillColor=none;align=center;verticalAlign=middle;rounded=0;fontSize=23;fontStyle=1" value="." vertex="1">
          <mxGeometry height="30" width="60" x="-800" y="335" as="geometry" />
        </mxCell>
        <mxCell id="cKu8MT6L8Fp_BZaxLZj7-29" parent="1" style="text;html=1;whiteSpace=wrap;strokeColor=none;fillColor=none;align=center;verticalAlign=middle;rounded=0;fontSize=23;fontStyle=1" value="." vertex="1">
          <mxGeometry height="30" width="60" x="-800" y="318.5" as="geometry" />
+         </mxCell>
+         <mxCell id="cKu8MT6L8Fp_BZaxLZj7-31" parent="1" style="text;html=1;whiteSpace=wrap;strokeColor=none;fillColor=none;align=center;verticalAlign=middle;rounded=0;fontColor=#0000FF;" value="&lt;font style=&quot;color: rgb(255, 0, 0);&quot;&gt;Run Tag =&amp;nbsp;&lt;/font&gt;&lt;b style=&quot;color: rgb(0, 0, 0); text-align: left;&quot;&gt;x.x.x_bxxx-Rx-Jira-xxxx&lt;/b&gt;" vertex="1">
+           <mxGeometry height="30" width="200" x="160" y="185" as="geometry" />
+         </mxCell>
+         <mxCell id="cKu8MT6L8Fp_BZaxLZj7-33" parent="1" style="text;html=1;whiteSpace=wrap;strokeColor=none;fillColor=none;align=center;verticalAlign=middle;rounded=0;fontColor=#0000FF;" value="&lt;font style=&quot;color: rgb(255, 0, 0);&quot;&gt;Run Tag =&amp;nbsp;&lt;b style=&quot;color: rgb(0, 0, 0); text-align: left;&quot;&gt;x.x.x_bxxx-Rx&lt;/b&gt;&lt;/font&gt;" vertex="1">
+           <mxGeometry height="30" width="200" x="160" y="347" as="geometry" />
        </mxCell>
      </root>
    </mxGraphModel>
  </diagram>
</mxfile>
